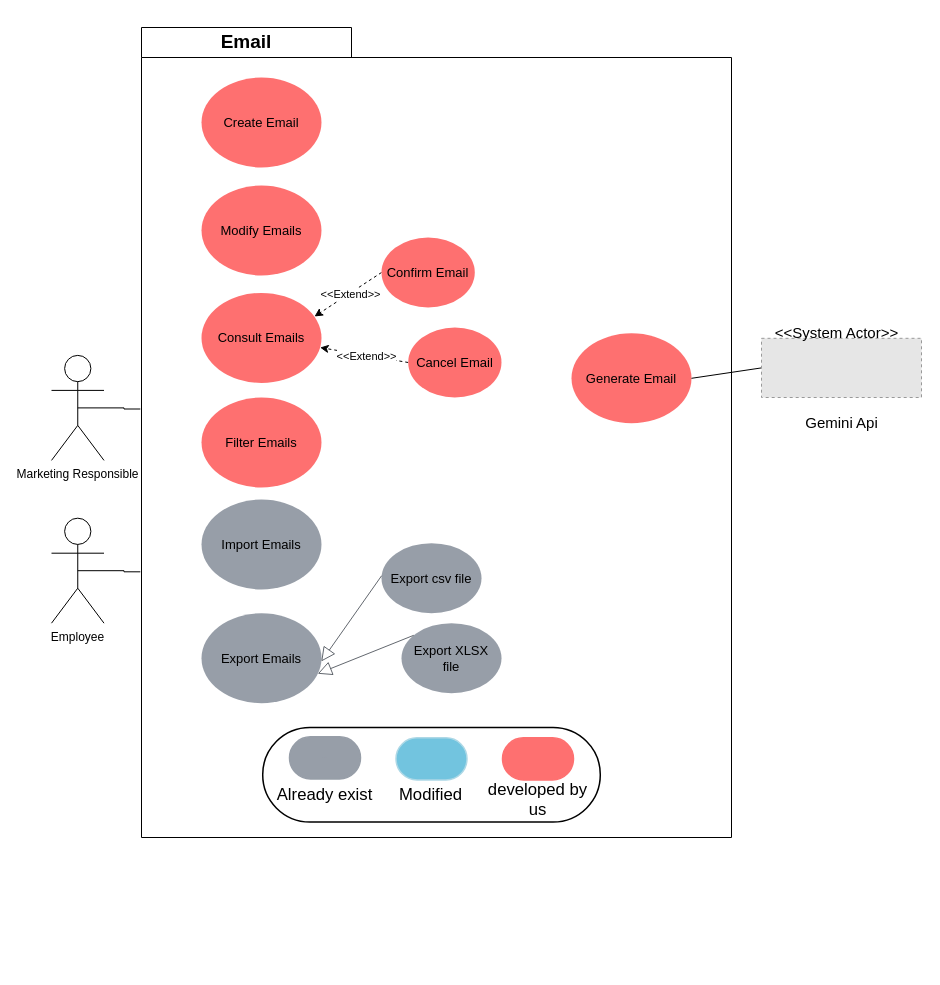
Before: Socialmedia.drawio in oarouay/CV, a draw.io diagram. Source tidied: cells renumbered, new cells numbered last; positions are measured from the earlier drawing's top-left corner, leaving out a move shared by most shapes. Both pictures are drawn from the tidied source at 100%, with x=0, y=0 at pixel (51, 27). Pictures stored in the file or linked from it are replaced by grey dashed boxes.
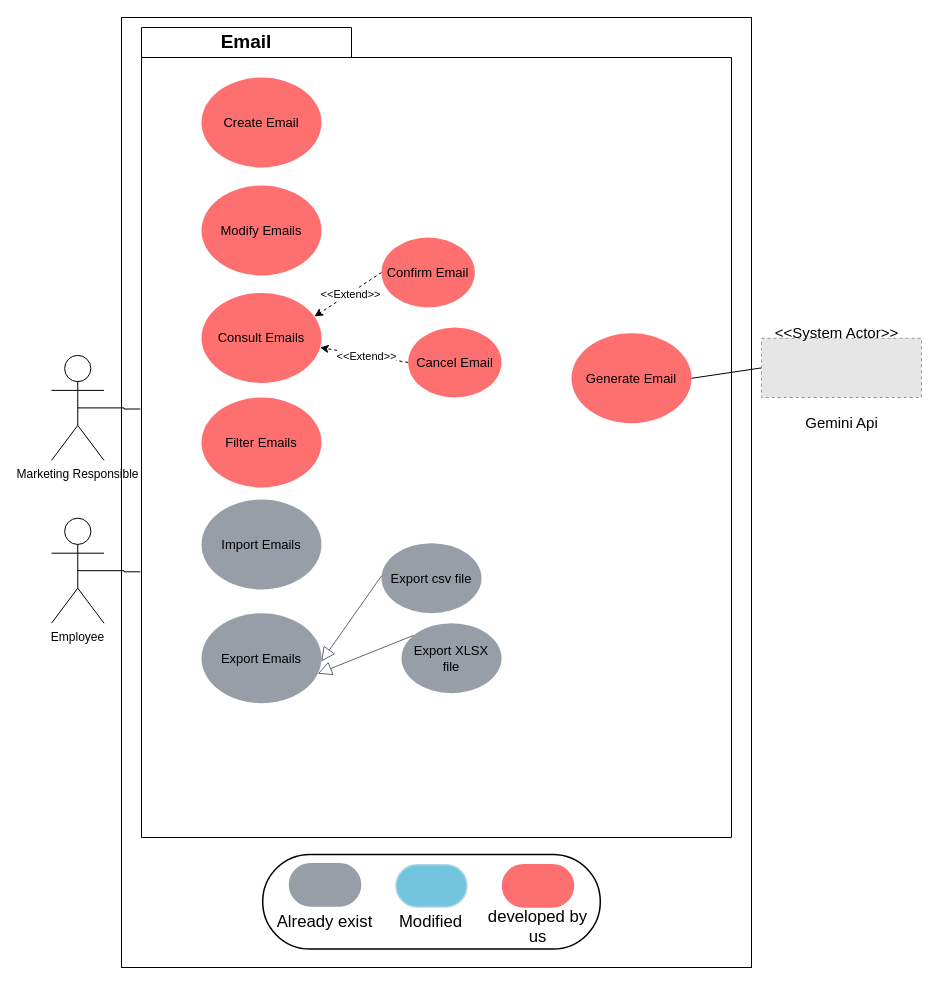
The same page after the edit.

Change to the diagram source:
```diff
@@
+    <mxCell id="35" style="rounded=0;whiteSpace=wrap;html=1;" parent="1" vertex="1">
+      <mxGeometry x="70" y="-10" width="630" height="950" as="geometry" />
+    </mxCell>
@@
     <mxCell id="6" style="html=1;overflow=block;blockSpacing=1;whiteSpace=wrap;fontSize=16.7;fontColor=default;spacing=3.8;strokeOpacity=100;fillOpacity=100;rounded=1;absoluteArcSize=1;arcSize=162;fillColor=#ffffff;strokeWidth=1.5;lucidId=qHtdmG4HjMHo;" parent="1" vertex="1">
-      <mxGeometry x="211.2" y="700" width="337.6" height="94.5" as="geometry" />
+      <mxGeometry x="211.2" y="827" width="337.6" height="94.5" as="geometry" />
     </mxCell>
```
